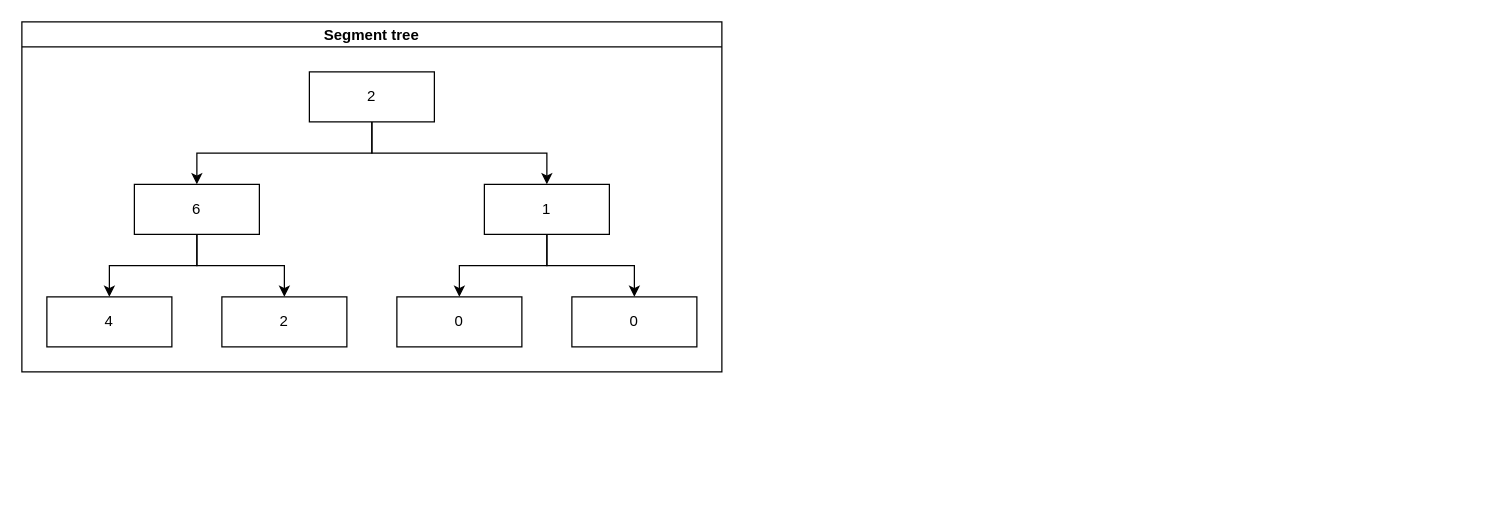
Above: list_removals_/segment_tree.drawio in olliglorioso/alon_tasks (draw.io), before the change. Source tidied: cells renumbered, new cells numbered last; positions are measured from the earlier drawing's top-left corner, leaving out a move shared by most shapes. Both pictures are drawn from the tidied source at 125%, with x=0, y=0 at pixel (21, 21).
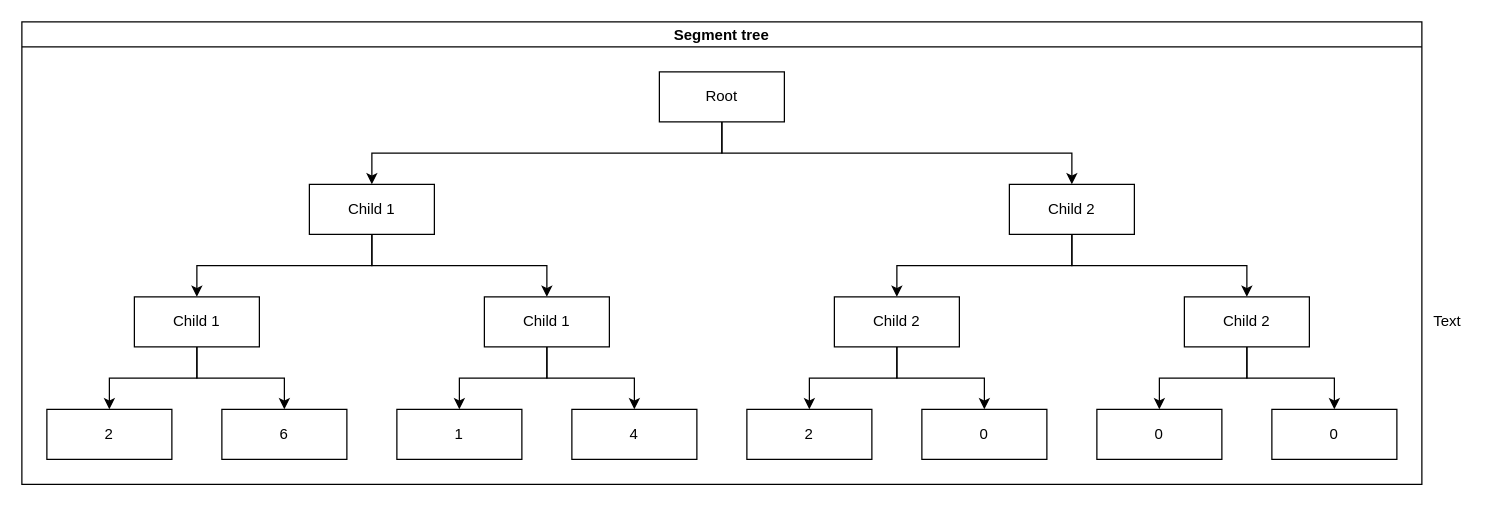
Above is the later version.

Change to the diagram source:
```diff
@@
+    <mxCell id="16" value="Text" style="text;html=1;align=center;verticalAlign=middle;strokeColor=none;fillColor=none;" parent="1" vertex="1">
+      <mxGeometry x="1120" y="230" width="40" height="20" as="geometry" />
+    </mxCell>
     <mxCell id="2" value="Segment tree" style="swimlane;startSize=20;horizontal=1;horizontalTree=0;containerType=tree;" parent="1" vertex="1">
-      <mxGeometry width="560" height="280" as="geometry" />
+      <mxGeometry width="1120" height="370" as="geometry" />
     </mxCell>
-    <mxCell id="3" value="2" style="whiteSpace=wrap;html=1;" parent="2" vertex="1">
-      <mxGeometry x="230" y="40" width="100" height="40" as="geometry" />
-    </mxCell>
+    <mxCell id="17" value="Root" style="whiteSpace=wrap;html=1;" parent="2" vertex="1">
+      <mxGeometry x="510" y="40" width="100" height="40" as="geometry" />
+    </mxCell>
+    <mxCell id="18" value="Child 1" style="whiteSpace=wrap;html=1;" parent="2" vertex="1">
+      <mxGeometry x="230" y="130" width="100" height="40" as="geometry" />
+    </mxCell>
+    <mxCell id="19" style="edgeStyle=elbowEdgeStyle;elbow=vertical;html=1;rounded=0;" parent="2" edge="1" source="17" target="18">
+      <mxGeometry relative="1" as="geometry" />
+    </mxCell>
+    <mxCell id="20" value="Child 2" style="whiteSpace=wrap;html=1;" parent="2" vertex="1">
+      <mxGeometry x="790" y="130" width="100" height="40" as="geometry" />
+    </mxCell>
+    <mxCell id="21" style="edgeStyle=elbowEdgeStyle;elbow=vertical;html=1;rounded=0;" parent="2" edge="1" source="17" target="20">
+      <mxGeometry relative="1" as="geometry" />
+    </mxCell>
+    <mxCell id="22" style="edgeStyle=elbowEdgeStyle;elbow=vertical;html=1;rounded=0;" parent="2" edge="1" source="20" target="23">
+      <mxGeometry relative="1" as="geometry" />
+    </mxCell>
+    <mxCell id="23" value="Child 2" style="whiteSpace=wrap;html=1;" parent="2" vertex="1">
+      <mxGeometry x="650" y="220" width="100" height="40" as="geometry" />
+    </mxCell>
+    <mxCell id="24" style="edgeStyle=elbowEdgeStyle;elbow=vertical;html=1;rounded=0;" parent="2" edge="1" source="18" target="25">
+      <mxGeometry relative="1" as="geometry" />
+    </mxCell>
+    <mxCell id="25" value="Child 1" style="whiteSpace=wrap;html=1;" parent="2" vertex="1">
+      <mxGeometry x="90" y="220" width="100" height="40" as="geometry" />
+    </mxCell>
+    <mxCell id="26" style="edgeStyle=elbowEdgeStyle;elbow=vertical;html=1;rounded=0;" parent="2" edge="1" source="18" target="27">
+      <mxGeometry relative="1" as="geometry" />
+    </mxCell>
+    <mxCell id="27" value="Child 1" style="whiteSpace=wrap;html=1;" parent="2" vertex="1">
+      <mxGeometry x="370" y="220" width="100" height="40" as="geometry" />
+    </mxCell>
+    <mxCell id="28" style="edgeStyle=elbowEdgeStyle;elbow=vertical;html=1;rounded=0;" parent="2" edge="1" source="20" target="29">
+      <mxGeometry relative="1" as="geometry" />
+    </mxCell>
+    <mxCell id="29" value="Child 2" style="whiteSpace=wrap;html=1;" parent="2" vertex="1">
+      <mxGeometry x="930" y="220" width="100" height="40" as="geometry" />
+    </mxCell>
+    <mxCell id="30" style="edgeStyle=elbowEdgeStyle;elbow=vertical;html=1;rounded=0;" parent="2" edge="1" source="23" target="31">
+      <mxGeometry relative="1" as="geometry" />
+    </mxCell>
+    <mxCell id="31" value="2" style="whiteSpace=wrap;html=1;" parent="2" vertex="1">
+      <mxGeometry x="580" y="310" width="100" height="40" as="geometry" />
+    </mxCell>
+    <mxCell id="32" style="edgeStyle=elbowEdgeStyle;elbow=vertical;html=1;rounded=0;" parent="2" edge="1" source="29" target="33">
+      <mxGeometry relative="1" as="geometry" />
+    </mxCell>
+    <mxCell id="33" value="0" style="whiteSpace=wrap;html=1;" parent="2" vertex="1">
+      <mxGeometry x="860" y="310" width="100" height="40" as="geometry" />
+    </mxCell>
+    <mxCell id="34" style="edgeStyle=elbowEdgeStyle;elbow=vertical;html=1;rounded=0;" parent="2" edge="1" source="29" target="35">
+      <mxGeometry relative="1" as="geometry" />
+    </mxCell>
+    <mxCell id="35" value="0" style="whiteSpace=wrap;html=1;" parent="2" vertex="1">
+      <mxGeometry x="1000" y="310" width="100" height="40" as="geometry" />
+    </mxCell>
+    <mxCell id="36" style="edgeStyle=elbowEdgeStyle;elbow=vertical;html=1;rounded=0;" parent="2" edge="1" source="23" target="37">
+      <mxGeometry relative="1" as="geometry" />
+    </mxCell>
+    <mxCell id="37" value="0" style="whiteSpace=wrap;html=1;" parent="2" vertex="1">
+      <mxGeometry x="720" y="310" width="100" height="40" as="geometry" />
+    </mxCell>
+    <mxCell id="38" style="edgeStyle=elbowEdgeStyle;elbow=vertical;html=1;rounded=0;" parent="2" edge="1" source="27" target="4">
+      <mxGeometry relative="1" as="geometry" />
+    </mxCell>
     <mxCell id="4" value="1" style="whiteSpace=wrap;html=1;" parent="2" vertex="1">
-      <mxGeometry x="370" y="130" width="100" height="40" as="geometry" />
+      <mxGeometry x="300" y="310" width="100" height="40" as="geometry" />
     </mxCell>
-    <mxCell id="5" style="edgeStyle=elbowEdgeStyle;elbow=vertical;html=1;rounded=0;" parent="2" edge="1" source="3" target="4">
-      <mxGeometry relative="1" as="geometry" />
-    </mxCell>
+    <mxCell id="39" style="edgeStyle=elbowEdgeStyle;elbow=vertical;html=1;rounded=0;" parent="2" edge="1" source="27" target="9">
+      <mxGeometry relative="1" as="geometry" />
+    </mxCell>
+    <mxCell id="9" value="4" style="whiteSpace=wrap;html=1;" parent="2" vertex="1">
+      <mxGeometry x="440" y="310" width="100" height="40" as="geometry" />
+    </mxCell>
+    <mxCell id="40" style="edgeStyle=elbowEdgeStyle;elbow=vertical;html=1;rounded=0;" parent="2" edge="1" source="25" target="41">
+      <mxGeometry relative="1" as="geometry" />
+    </mxCell>
+    <mxCell id="41" value="2" style="whiteSpace=wrap;html=1;" parent="2" vertex="1">
+      <mxGeometry x="20" y="310" width="100" height="40" as="geometry" />
+    </mxCell>
+    <mxCell id="42" style="edgeStyle=elbowEdgeStyle;elbow=vertical;html=1;rounded=0;" parent="2" edge="1" source="25" target="6">
+      <mxGeometry relative="1" as="geometry" />
+    </mxCell>
     <mxCell id="6" value="6" style="whiteSpace=wrap;html=1;" parent="2" vertex="1">
-      <mxGeometry x="90" y="130" width="100" height="40" as="geometry" />
+      <mxGeometry x="160" y="310" width="100" height="40" as="geometry" />
     </mxCell>
-    <mxCell id="7" style="edgeStyle=elbowEdgeStyle;elbow=vertical;html=1;rounded=0;" parent="2" edge="1" source="3" target="6">
-      <mxGeometry relative="1" as="geometry" />
-    </mxCell>
-    <mxCell id="8" style="edgeStyle=elbowEdgeStyle;elbow=vertical;html=1;rounded=0;" parent="2" edge="1" source="6" target="9">
-      <mxGeometry relative="1" as="geometry" />
-    </mxCell>
-    <mxCell id="9" value="4" style="whiteSpace=wrap;html=1;" parent="2" vertex="1">
-      <mxGeometry x="20" y="220" width="100" height="40" as="geometry" />
-    </mxCell>
-    <mxCell id="10" style="edgeStyle=elbowEdgeStyle;elbow=vertical;html=1;rounded=0;" parent="2" edge="1" source="6" target="11">
-      <mxGeometry relative="1" as="geometry" />
-    </mxCell>
-    <mxCell id="11" value="2" style="whiteSpace=wrap;html=1;" parent="2" vertex="1">
-      <mxGeometry x="160" y="220" width="100" height="40" as="geometry" />
-    </mxCell>
-    <mxCell id="12" style="edgeStyle=elbowEdgeStyle;elbow=vertical;html=1;rounded=0;" parent="2" edge="1" source="4" target="13">
-      <mxGeometry relative="1" as="geometry" />
-    </mxCell>
-    <mxCell id="13" value="0" style="whiteSpace=wrap;html=1;" parent="2" vertex="1">
-      <mxGeometry x="300" y="220" width="100" height="40" as="geometry" />
-    </mxCell>
-    <mxCell id="14" style="edgeStyle=elbowEdgeStyle;elbow=vertical;html=1;rounded=0;" parent="2" edge="1" source="4" target="15">
-      <mxGeometry relative="1" as="geometry" />
-    </mxCell>
-    <mxCell id="15" value="0" style="whiteSpace=wrap;html=1;" parent="2" vertex="1">
-      <mxGeometry x="440" y="220" width="100" height="40" as="geometry" />
-    </mxCell>
```
